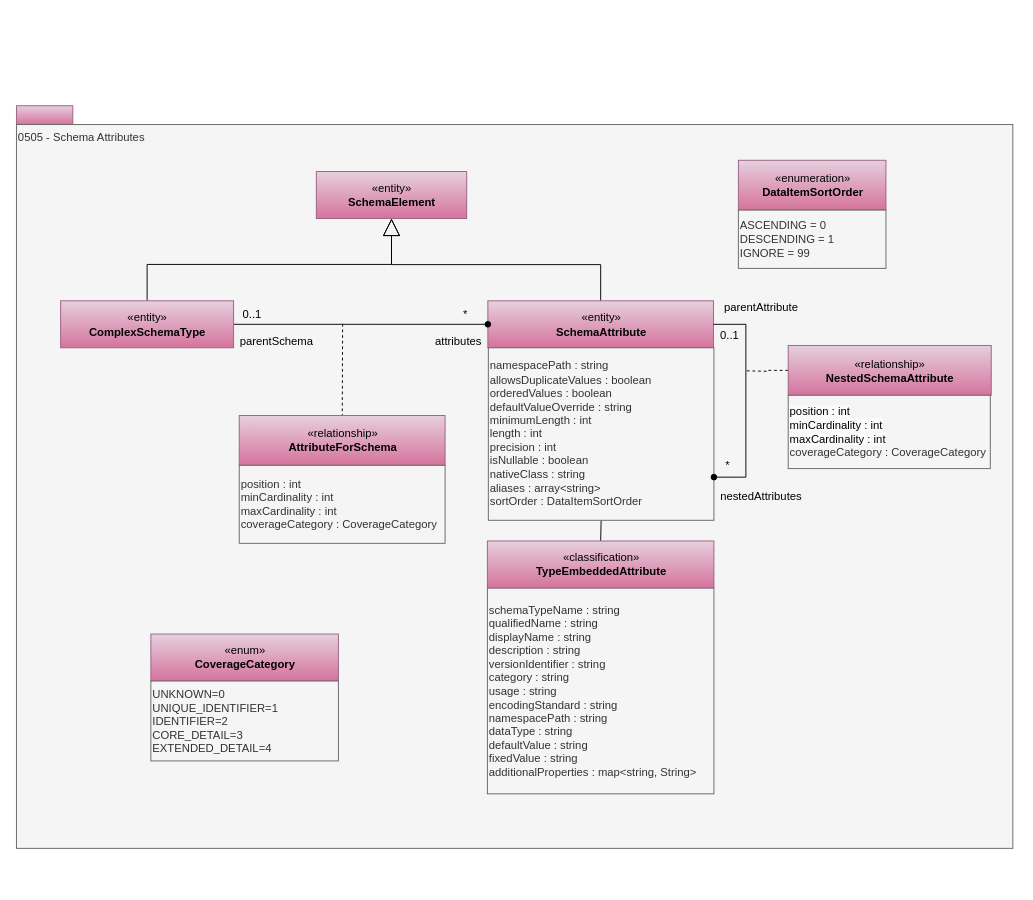
The draw.io diagram page "0505-Schema-Attributes" (5 of 33) of site/docs/types/5/area-5-models-and-schema.drawio in odpi/egeria-docs, before the edit. Source tidied: cells renumbered, new cells numbered last; positions are measured from the earlier drawing's top-left corner, leaving out a move shared by most shapes. Both pictures are drawn from the tidied source at 94%, with x=0, y=0 at pixel (16, 105).
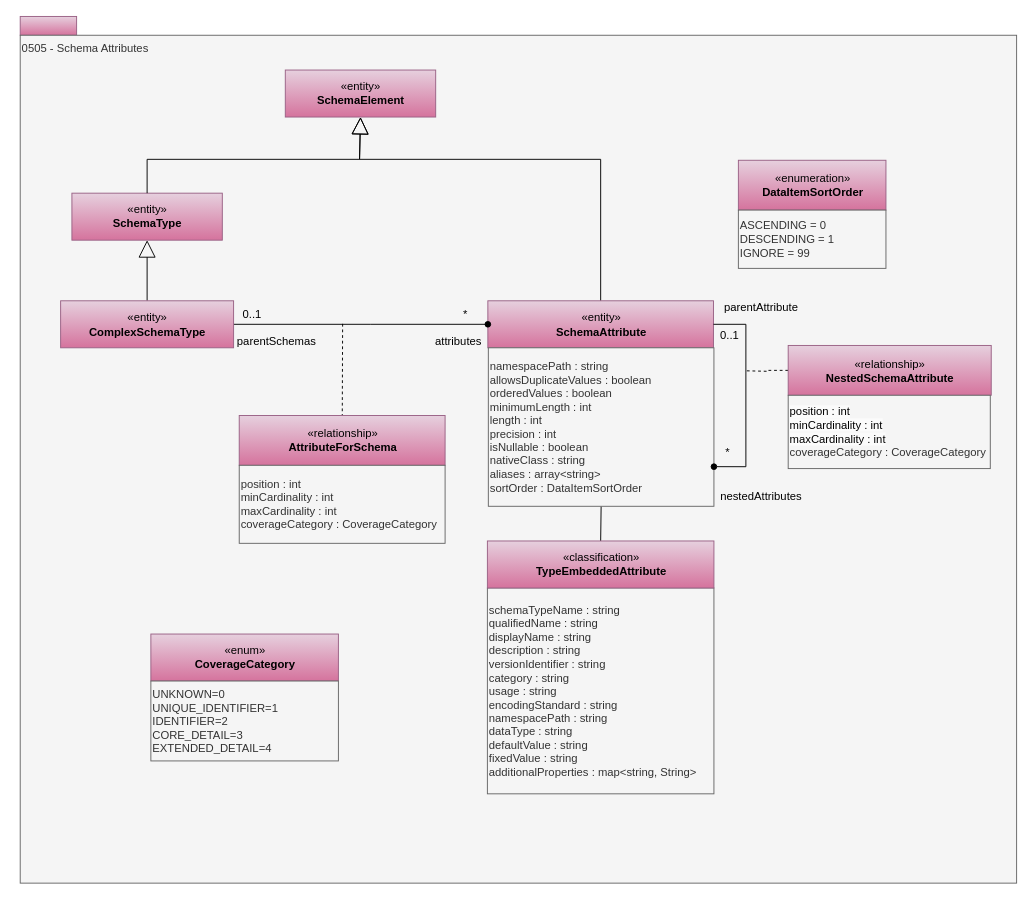
Above is the later version.

The change refers to these unchanged cells:
```xml
<mxCell id="18" value="«entity»&lt;br&gt;&lt;b&gt;SchemaAttribute&lt;/b&gt;" style="html=1;strokeColor=#996185;align=center;fillColor=#e6d0de;gradientColor=#d5739d;" parent="1" vertex="1">
  <mxGeometry x="501.5" y="207.5" width="240" height="50" as="geometry" />
</mxCell>
<mxCell id="28" value="«entity»&lt;br&gt;&lt;b&gt;ComplexSchemaType&lt;/b&gt;" style="html=1;strokeColor=#996185;align=center;fillColor=#e6d0de;gradientColor=#d5739d;" parent="1" vertex="1">
  <mxGeometry x="47" y="207.5" width="184" height="50" as="geometry" />
</mxCell>
```

The edit, as a diff of the source:
```diff
@@
     <mxCell id="2" style="rounded=0;whiteSpace=wrap;html=1;align=left;fillColor=#e6d0de;strokeColor=#996185;gradientColor=#d5739d;" parent="1" vertex="1">
-      <mxGeometry width="60" height="20" as="geometry" />
+      <mxGeometry x="4" y="-95" width="60" height="20" as="geometry" />
     </mxCell>
     <mxCell id="3" value="0505 - Schema Attributes" style="rounded=0;whiteSpace=wrap;html=1;align=left;verticalAlign=top;fillColor=#f5f5f5;fontColor=#333333;strokeColor=#666666;" parent="1" vertex="1">
-      <mxGeometry y="20" width="1060" height="770" as="geometry" />
+      <mxGeometry x="4" y="-75" width="1060" height="902" as="geometry" />
     </mxCell>
     <mxCell id="4" value="«entity»&lt;br&gt;&lt;b&gt;SchemaElement&lt;/b&gt;" style="html=1;strokeColor=#996185;align=center;fillColor=#e6d0de;gradientColor=#d5739d;" parent="1" vertex="1">
-      <mxGeometry x="319" y="70" width="160" height="50" as="geometry" />
+      <mxGeometry x="286" y="-38" width="160" height="50" as="geometry" />
     </mxCell>
@@
     <mxCell id="6" style="edgeStyle=orthogonalEdgeStyle;rounded=0;jettySize=auto;html=1;exitX=0.5;exitY=0;exitDx=0;exitDy=0;entryX=0.5;entryY=1;entryDx=0;entryDy=0;startSize=6;endArrow=block;endFill=0;endSize=16;" parent="1" edge="1" source="18" target="4">
       <mxGeometry relative="1" as="geometry">
         <Array as="points">
-          <mxPoint x="622" y="169" />
-          <mxPoint x="399" y="169" />
+          <mxPoint x="621.5" y="57" />
+          <mxPoint x="365" y="57" />
         </Array>
       </mxGeometry>
     </mxCell>
@@
     <mxCell id="10" value="*" style="text;html=1;strokeColor=none;fillColor=none;align=center;verticalAlign=middle;whiteSpace=wrap;rounded=0;" parent="1" vertex="1">
-      <mxGeometry x="737" y="372.5" width="40" height="20" as="geometry" />
+      <mxGeometry x="737" y="358.5" width="40" height="20" as="geometry" />
     </mxCell>
@@
-    <mxCell id="13" style="edgeStyle=orthogonalEdgeStyle;rounded=0;jettySize=auto;html=1;exitX=0.5;exitY=0;exitDx=0;exitDy=0;endArrow=block;endFill=0;endSize=16;" parent="1" edge="1" source="28" target="4">
+    <mxCell id="13" style="edgeStyle=orthogonalEdgeStyle;rounded=0;jettySize=auto;html=1;exitX=0.5;exitY=0;exitDx=0;exitDy=0;endArrow=block;endFill=0;endSize=16;" parent="1" edge="1" source="28" target="33">
       <mxGeometry relative="1" as="geometry" />
     </mxCell>
@@
-    <mxCell id="17" value="parentSchema" style="text;html=1;strokeColor=none;fillColor=none;align=center;verticalAlign=middle;whiteSpace=wrap;rounded=0;" parent="1" vertex="1">
+    <mxCell id="17" value="parentSchemas" style="text;html=1;strokeColor=none;fillColor=none;align=center;verticalAlign=middle;whiteSpace=wrap;rounded=0;" parent="1" vertex="1">
       <mxGeometry x="227" y="240.5" width="100" height="20" as="geometry" />
     </mxCell>
@@
-    <mxCell id="19" value="&lt;font style=&quot;white-space: normal&quot;&gt;namespacePath : string&lt;/font&gt;&lt;div&gt;&lt;font style=&quot;white-space: normal&quot;&gt;allowsDuplicateValues : boolean&lt;br&gt;orderedValues : boolean&lt;br&gt;&lt;/font&gt;&lt;span&gt;defaultValueOverride : string&lt;br&gt;minimumLength : int&lt;br&gt;length : int&lt;br&gt;precision : int&lt;br&gt;isNullable : boolean&lt;br&gt;&lt;/span&gt;&lt;font style=&quot;white-space: normal&quot;&gt;nativeClass : string&lt;br&gt;aliases : array&amp;lt;string&amp;gt;&lt;br&gt;sortOrder : DataItemSortOrder&lt;br&gt;&lt;/font&gt;&lt;/div&gt;" style="rounded=0;whiteSpace=wrap;html=1;strokeColor=#666666;align=left;fontColor=#333333;fillColor=#f5f5f5;" parent="1" vertex="1">
-      <mxGeometry x="502" y="257.5" width="240" height="183.5" as="geometry" />
+    <mxCell id="19" value="&lt;font style=&quot;white-space: normal&quot;&gt;namespacePath : string&lt;/font&gt;&lt;div&gt;&lt;font style=&quot;white-space: normal&quot;&gt;allowsDuplicateValues : boolean&lt;br&gt;orderedValues : boolean&lt;br&gt;&lt;/font&gt;&lt;span&gt;minimumLength : int&lt;br&gt;length : int&lt;br&gt;precision : int&lt;br&gt;isNullable : boolean&lt;br&gt;&lt;/span&gt;&lt;font style=&quot;white-space: normal&quot;&gt;nativeClass : string&lt;br&gt;aliases : array&amp;lt;string&amp;gt;&lt;br&gt;sortOrder : DataItemSortOrder&lt;br&gt;&lt;/font&gt;&lt;/div&gt;" style="rounded=0;whiteSpace=wrap;html=1;strokeColor=#666666;align=left;fontColor=#333333;fillColor=#f5f5f5;" parent="1" vertex="1">
+      <mxGeometry x="502" y="257.5" width="240" height="168.6" as="geometry" />
     </mxCell>
@@
     <mxCell id="22" style="edgeStyle=orthogonalEdgeStyle;rounded=0;jettySize=auto;html=1;entryX=1;entryY=0.75;entryDx=0;entryDy=0;fontColor=#FF0000;endArrow=oval;endFill=1;exitX=1;exitY=0.5;exitDx=0;exitDy=0;" parent="1" edge="1" source="18" target="19">
       <mxGeometry relative="1" as="geometry">
         <Array as="points">
-          <mxPoint x="776" y="233" />
-          <mxPoint x="776" y="395" />
+          <mxPoint x="776" y="232.5" />
+          <mxPoint x="776" y="384" />
         </Array>
       </mxGeometry>
     </mxCell>
@@
+    <mxCell id="33" value="«entity»&lt;br&gt;&lt;b&gt;SchemaType&lt;/b&gt;" style="html=1;strokeColor=#996185;align=center;fillColor=#e6d0de;gradientColor=#d5739d;" parent="1" vertex="1">
+      <mxGeometry x="59" y="93" width="160" height="50" as="geometry" />
+    </mxCell>
+    <mxCell id="34" style="edgeStyle=orthogonalEdgeStyle;rounded=0;jettySize=auto;html=1;exitX=0.5;exitY=0;exitDx=0;exitDy=0;entryX=0.5;entryY=1;entryDx=0;entryDy=0;startSize=6;endArrow=block;endFill=0;endSize=16;" parent="1" edge="1" source="33" target="4">
+      <mxGeometry relative="1" as="geometry">
+        <Array as="points">
+          <mxPoint x="139" y="57" />
+          <mxPoint x="365" y="57" />
+        </Array>
+      </mxGeometry>
+    </mxCell>
```
